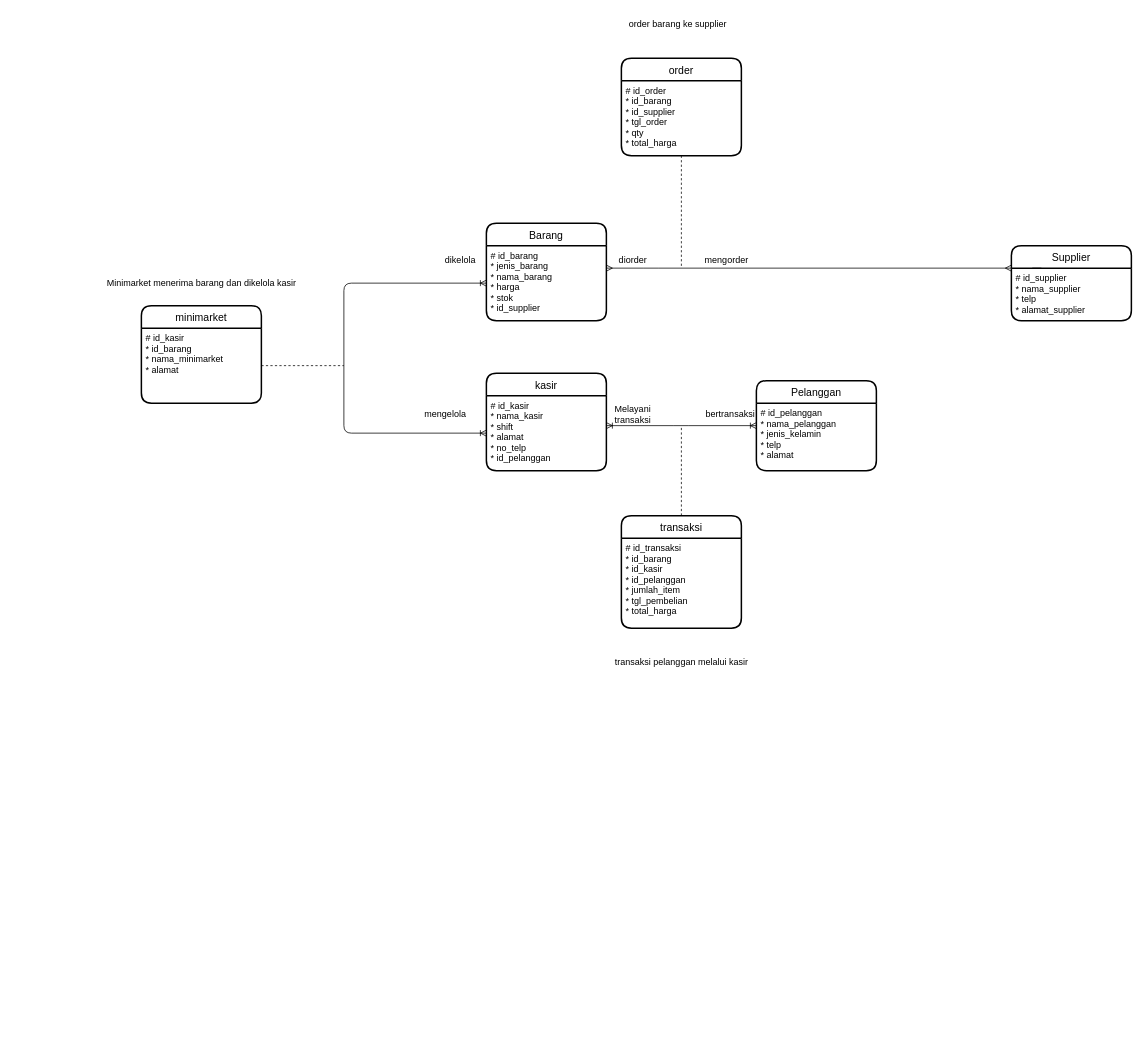
Before: erd-banker.drawio in akbarzaqi/tp-basdat, a draw.io diagram. Source tidied: cells renumbered, new cells numbered last; positions are measured from the earlier drawing's top-left corner, leaving out a move shared by most shapes. Both pictures are drawn from the tidied source at 75%, with x=0, y=0 at pixel (96, 13).
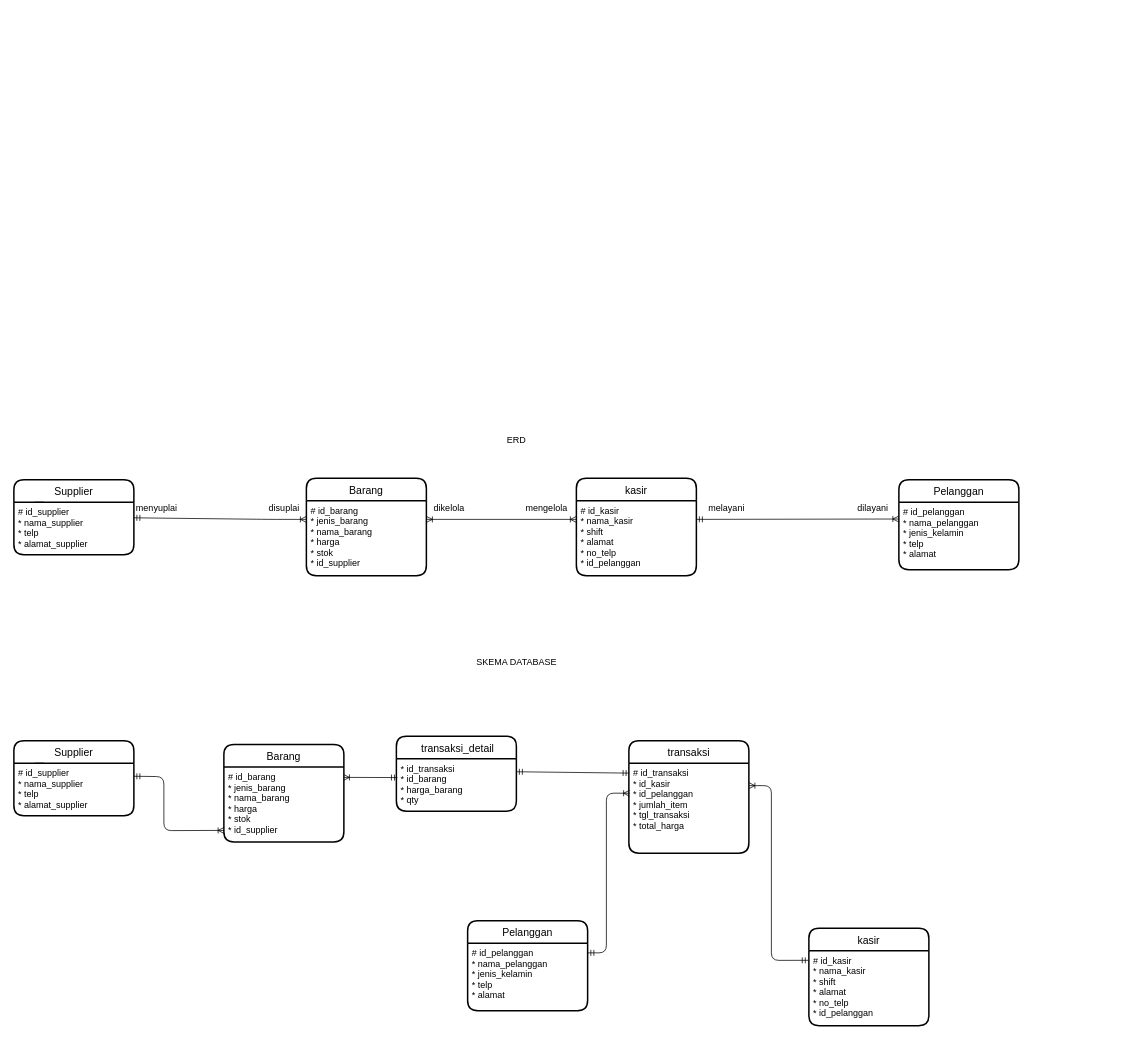
The same page after the edit.

Commit message:
add and change flow erd

The change refers to these unchanged cells:
```xml
<mxCell id="3" value="# id_kasir&#10;* nama_kasir&#10;* shift&#10;* alamat&#10;* no_telp&#10;* id_pelanggan" style="align=left;strokeColor=none;fillColor=none;spacingLeft=4;fontSize=12;verticalAlign=top;fontFamily=Helvetica;fontColor=default;rounded=1;" parent="2" vertex="1">
  <mxGeometry y="30" width="160" height="100" as="geometry" />
</mxCell>
<mxCell id="5" value="# id_pelanggan&#10;* nama_pelanggan&#10;* jenis_kelamin&#10;* telp&#10;* alamat" style="align=left;strokeColor=none;fillColor=none;spacingLeft=4;fontSize=12;verticalAlign=top;fontFamily=Helvetica;fontColor=default;rounded=1;" parent="4" vertex="1">
  <mxGeometry y="30" width="160" height="90" as="geometry" />
</mxCell>
<mxCell id="8" value="# id_supplier&#10;* nama_supplier&#10;* telp&#10;* alamat_supplier" style="align=left;strokeColor=none;fillColor=none;spacingLeft=4;fontSize=12;verticalAlign=top;fontFamily=Helvetica;fontColor=default;rounded=1;" parent="7" vertex="1">
  <mxGeometry y="30" width="160" height="70" as="geometry" />
</mxCell>
<mxCell id="11" value="# id_barang&#10;* jenis_barang&#10;* nama_barang&#10;* harga&#10;* stok&#10;* id_supplier" style="align=left;strokeColor=none;fillColor=none;spacingLeft=4;fontSize=12;verticalAlign=top;fontFamily=Helvetica;fontColor=default;rounded=1;" parent="10" vertex="1">
  <mxGeometry y="30" width="160" height="100" as="geometry" />
</mxCell>
```

Change to the diagram source:
```diff
@@
     <mxCell id="2" value="kasir" style="swimlane;horizontal=1;startSize=30;rounded=1;fontSize=14;fontStyle=0;strokeWidth=2;shadow=0;dashed=0;align=center;fontFamily=Helvetica;fontColor=default;" parent="1" vertex="1">
-      <mxGeometry x="520" y="480" width="160" height="130" as="geometry" />
+      <mxGeometry x="640" y="620" width="160" height="130" as="geometry" />
     </mxCell>
@@
     <mxCell id="4" value="Pelanggan" style="swimlane;horizontal=1;startSize=30;rounded=1;fontSize=14;fontStyle=0;strokeWidth=2;shadow=0;dashed=0;align=center;fontFamily=Helvetica;fontColor=default;" parent="1" vertex="1">
-      <mxGeometry x="880" y="490" width="160" height="120" as="geometry" />
+      <mxGeometry x="1070" y="622" width="160" height="120" as="geometry" />
     </mxCell>
@@
-    <mxCell id="6" style="edgeStyle=orthogonalEdgeStyle;shape=connector;rounded=1;html=1;labelBackgroundColor=default;strokeColor=default;fontFamily=Helvetica;fontSize=11;fontColor=default;endArrow=ERoneToMany;endFill=0;startArrow=ERoneToMany;startFill=0;" parent="1" edge="1" source="5" target="3">
-      <mxGeometry relative="1" as="geometry">
-        <Array as="points">
-          <mxPoint x="780" y="550" />
-          <mxPoint x="780" y="550" />
-        </Array>
-      </mxGeometry>
-    </mxCell>
+    <mxCell id="32" style="edgeStyle=none;html=1;entryX=0;entryY=0.25;entryDx=0;entryDy=0;endArrow=ERoneToMany;endFill=0;startArrow=ERmandOne;startFill=0;" parent="1" edge="1" source="7" target="11">
+      <mxGeometry relative="1" as="geometry">
+        <Array as="points">
+          <mxPoint x="230" y="675" />
+        </Array>
+      </mxGeometry>
+    </mxCell>
     <mxCell id="7" value="Supplier" style="swimlane;horizontal=1;startSize=30;rounded=1;fontSize=14;fontStyle=0;strokeWidth=2;shadow=0;dashed=0;align=center;fontFamily=Helvetica;fontColor=default;" parent="1" vertex="1">
-      <mxGeometry x="1220" y="310" width="160" height="100" as="geometry" />
+      <mxGeometry x="-110" y="622" width="160" height="100" as="geometry" />
     </mxCell>
@@
+    <mxCell id="25" style="edgeStyle=none;html=1;entryX=0;entryY=0.25;entryDx=0;entryDy=0;endArrow=ERoneToMany;endFill=0;exitX=1;exitY=0.25;exitDx=0;exitDy=0;startArrow=ERoneToMany;startFill=0;" parent="1" edge="1" source="11" target="3">
+      <mxGeometry relative="1" as="geometry" />
+    </mxCell>
     <mxCell id="10" value="Barang" style="swimlane;horizontal=1;startSize=30;rounded=1;fontSize=14;fontStyle=0;strokeWidth=2;shadow=0;dashed=0;align=center;fontFamily=Helvetica;fontColor=default;" parent="1" vertex="1">
-      <mxGeometry x="520" y="280" width="160" height="130" as="geometry" />
+      <mxGeometry x="280" y="620" width="160" height="130" as="geometry" />
     </mxCell>
@@
-    <mxCell id="12" style="edgeStyle=orthogonalEdgeStyle;shape=connector;rounded=1;html=1;labelBackgroundColor=default;strokeColor=default;fontFamily=Helvetica;fontSize=11;fontColor=default;endArrow=ERmany;endFill=0;startArrow=ERmany;startFill=0;" parent="1" edge="1" source="11" target="8">
-      <mxGeometry relative="1" as="geometry">
-        <Array as="points">
-          <mxPoint x="740" y="340" />
-          <mxPoint x="740" y="340" />
-        </Array>
-      </mxGeometry>
-    </mxCell>
-    <mxCell id="13" value="mengorder" style="text;html=1;align=center;verticalAlign=middle;strokeColor=none;fillColor=none;" parent="1" vertex="1">
-      <mxGeometry x="800" y="315" width="80" height="30" as="geometry" />
-    </mxCell>
-    <mxCell id="14" value="diorder" style="text;html=1;align=center;verticalAlign=middle;strokeColor=none;fillColor=none;" parent="1" vertex="1">
-      <mxGeometry x="685" y="315" width="60" height="30" as="geometry" />
-    </mxCell>
-    <mxCell id="15" value="Melayani&lt;br&gt;transaksi" style="text;html=1;align=center;verticalAlign=middle;strokeColor=none;fillColor=none;" parent="1" vertex="1">
-      <mxGeometry x="680" y="515" width="70" height="40" as="geometry" />
-    </mxCell>
-    <mxCell id="16" value="bertransaksi" style="text;html=1;align=center;verticalAlign=middle;strokeColor=none;fillColor=none;" parent="1" vertex="1">
-      <mxGeometry x="800" y="520" width="90" height="30" as="geometry" />
-    </mxCell>
-    <mxCell id="17" value="mengelola" style="text;html=1;align=center;verticalAlign=middle;strokeColor=none;fillColor=none;" parent="1" vertex="1">
-      <mxGeometry x="425" y="520" width="80" height="30" as="geometry" />
-    </mxCell>
-    <mxCell id="18" value="dikelola" style="text;html=1;align=center;verticalAlign=middle;strokeColor=none;fillColor=none;" parent="1" vertex="1">
-      <mxGeometry x="455" y="315" width="60" height="30" as="geometry" />
-    </mxCell>
-    <mxCell id="19" style="edgeStyle=orthogonalEdgeStyle;shape=connector;rounded=1;html=1;labelBackgroundColor=default;strokeColor=default;fontFamily=Helvetica;fontSize=11;fontColor=default;startArrow=none;startFill=0;endArrow=none;endFill=0;dashed=1;" parent="1" edge="1" source="20">
-      <mxGeometry relative="1" as="geometry">
-        <mxPoint x="780" y="550" as="targetPoint" />
-        <Array as="points">
-          <mxPoint x="780" y="550" />
-        </Array>
-      </mxGeometry>
-    </mxCell>
     <mxCell id="20" value="transaksi" style="swimlane;horizontal=1;startSize=30;rounded=1;fontSize=14;fontStyle=0;strokeWidth=2;shadow=0;dashed=0;align=center;fontFamily=Helvetica;fontColor=default;" parent="1" vertex="1">
-      <mxGeometry x="700" y="670" width="160" height="150" as="geometry" />
+      <mxGeometry x="710" y="970" width="160" height="150" as="geometry" />
     </mxCell>
-    <mxCell id="21" value="# id_transaksi&#10;* id_barang&#10;* id_kasir&#10;* id_pelanggan&#10;* jumlah_item&#10;* tgl_pembelian&#10;* total_harga" style="align=left;strokeColor=none;fillColor=none;spacingLeft=4;fontSize=12;verticalAlign=top;fontFamily=Helvetica;fontColor=default;rounded=1;" parent="20" vertex="1">
+    <mxCell id="21" value="# id_transaksi&#10;* id_kasir&#10;* id_pelanggan&#10;* jumlah_item&#10;* tgl_transaksi&#10;* total_harga" style="align=left;strokeColor=none;fillColor=none;spacingLeft=4;fontSize=12;verticalAlign=top;fontFamily=Helvetica;fontColor=default;rounded=1;" parent="20" vertex="1">
       <mxGeometry y="30" width="160" height="120" as="geometry" />
     </mxCell>
-    <mxCell id="22" value="order" style="swimlane;horizontal=1;startSize=30;rounded=1;fontSize=14;fontStyle=0;strokeWidth=2;shadow=0;dashed=0;align=center;fontFamily=Helvetica;fontColor=default;" parent="1" vertex="1">
-      <mxGeometry x="700" y="60" width="160" height="130" as="geometry" />
-    </mxCell>
-    <mxCell id="23" value="# id_order&#10;* id_barang&#10;* id_supplier&#10;* tgl_order&#10;* qty&#10;* total_harga" style="align=left;strokeColor=none;fillColor=none;spacingLeft=4;fontSize=12;verticalAlign=top;fontFamily=Helvetica;fontColor=default;rounded=1;" parent="22" vertex="1">
-      <mxGeometry y="30" width="160" height="100" as="geometry" />
-    </mxCell>
-    <mxCell id="24" style="edgeStyle=none;html=1;endArrow=none;endFill=0;dashed=1;" parent="1" edge="1" source="23">
-      <mxGeometry relative="1" as="geometry">
-        <mxPoint x="780" y="340" as="targetPoint" />
-      </mxGeometry>
-    </mxCell>
-    <mxCell id="25" style="edgeStyle=none;html=1;entryX=0;entryY=0.5;entryDx=0;entryDy=0;endArrow=ERoneToMany;endFill=0;startArrow=ERoneToMany;startFill=0;" parent="1" edge="1" source="11" target="3">
-      <mxGeometry relative="1" as="geometry">
-        <Array as="points">
-          <mxPoint x="330" y="360" />
-          <mxPoint x="330" y="560" />
-        </Array>
-      </mxGeometry>
-    </mxCell>
-    <mxCell id="26" value="minimarket" style="swimlane;horizontal=1;startSize=30;rounded=1;fontSize=14;fontStyle=0;strokeWidth=2;shadow=0;dashed=0;align=center;fontFamily=Helvetica;fontColor=default;" parent="1" vertex="1">
-      <mxGeometry x="60" y="390" width="160" height="130" as="geometry" />
-    </mxCell>
-    <mxCell id="27" value="# id_kasir&#10;* id_barang&#10;* nama_minimarket&#10;* alamat" style="align=left;strokeColor=none;fillColor=none;spacingLeft=4;fontSize=12;verticalAlign=top;fontFamily=Helvetica;fontColor=default;rounded=1;" parent="26" vertex="1">
-      <mxGeometry y="30" width="160" height="100" as="geometry" />
-    </mxCell>
-    <mxCell id="28" style="edgeStyle=none;html=1;endArrow=none;endFill=0;dashed=1;" parent="1" edge="1" source="27">
-      <mxGeometry relative="1" as="geometry">
-        <mxPoint x="330" y="470" as="targetPoint" />
-      </mxGeometry>
-    </mxCell>
-    <mxCell id="29" value="order barang ke supplier" style="text;html=1;align=center;verticalAlign=middle;strokeColor=none;fillColor=none;" parent="1" vertex="1">
-      <mxGeometry x="700" width="150" height="30" as="geometry" />
-    </mxCell>
-    <mxCell id="30" value="transaksi pelanggan melalui kasir" style="text;html=1;align=center;verticalAlign=middle;strokeColor=none;fillColor=none;" parent="1" vertex="1">
-      <mxGeometry x="680" y="850" width="200" height="30" as="geometry" />
-    </mxCell>
-    <mxCell id="31" value="Minimarket menerima barang dan dikelola kasir" style="text;html=1;align=center;verticalAlign=middle;strokeColor=none;fillColor=none;" parent="1" vertex="1">
-      <mxGeometry y="345" width="280" height="30" as="geometry" />
-    </mxCell>
+    <mxCell id="33" style="edgeStyle=none;html=1;endArrow=ERoneToMany;endFill=0;exitX=1;exitY=0.25;exitDx=0;exitDy=0;entryX=0;entryY=0.25;entryDx=0;entryDy=0;startArrow=ERmandOne;startFill=0;" parent="1" edge="1" source="3" target="5">
+      <mxGeometry relative="1" as="geometry" />
+    </mxCell>
+    <mxCell id="34" value="menyuplai" style="text;html=1;align=center;verticalAlign=middle;strokeColor=none;fillColor=none;" parent="1" vertex="1">
+      <mxGeometry x="40" y="645" width="80" height="30" as="geometry" />
+    </mxCell>
+    <mxCell id="35" value="disuplai" style="text;html=1;align=center;verticalAlign=middle;strokeColor=none;fillColor=none;" parent="1" vertex="1">
+      <mxGeometry x="220" y="645" width="60" height="30" as="geometry" />
+    </mxCell>
+    <mxCell id="18" value="dikelola" style="text;html=1;align=center;verticalAlign=middle;strokeColor=none;fillColor=none;" parent="1" vertex="1">
+      <mxGeometry x="440" y="645" width="60" height="30" as="geometry" />
+    </mxCell>
+    <mxCell id="17" value="mengelola" style="text;html=1;align=center;verticalAlign=middle;strokeColor=none;fillColor=none;" parent="1" vertex="1">
+      <mxGeometry x="560" y="645" width="80" height="30" as="geometry" />
+    </mxCell>
+    <mxCell id="36" value="melayani" style="text;html=1;align=center;verticalAlign=middle;strokeColor=none;fillColor=none;" parent="1" vertex="1">
+      <mxGeometry x="805" y="645" width="70" height="30" as="geometry" />
+    </mxCell>
+    <mxCell id="37" value="dilayani" style="text;html=1;align=center;verticalAlign=middle;strokeColor=none;fillColor=none;" parent="1" vertex="1">
+      <mxGeometry x="1005" y="645" width="60" height="30" as="geometry" />
+    </mxCell>
+    <mxCell id="38" value="ERD" style="text;html=1;align=center;verticalAlign=middle;strokeColor=none;fillColor=none;" parent="1" vertex="1">
+      <mxGeometry x="535" y="555" width="50" height="30" as="geometry" />
+    </mxCell>
+    <mxCell id="39" value="SKEMA DATABASE" style="text;html=1;align=center;verticalAlign=middle;strokeColor=none;fillColor=none;" parent="1" vertex="1">
+      <mxGeometry x="495" y="850" width="130" height="30" as="geometry" />
+    </mxCell>
+    <mxCell id="40" value="Supplier" style="swimlane;horizontal=1;startSize=30;rounded=1;fontSize=14;fontStyle=0;strokeWidth=2;shadow=0;dashed=0;align=center;fontFamily=Helvetica;fontColor=default;" parent="1" vertex="1">
+      <mxGeometry x="-110" y="970" width="160" height="100" as="geometry" />
+    </mxCell>
+    <mxCell id="41" value="# id_supplier&#10;* nama_supplier&#10;* telp&#10;* alamat_supplier" style="align=left;strokeColor=none;fillColor=none;spacingLeft=4;fontSize=12;verticalAlign=top;fontFamily=Helvetica;fontColor=default;rounded=1;" parent="40" vertex="1">
+      <mxGeometry y="30" width="160" height="70" as="geometry" />
+    </mxCell>
+    <mxCell id="42" style="edgeStyle=orthogonalEdgeStyle;shape=connector;rounded=1;html=1;exitX=0.25;exitY=0;exitDx=0;exitDy=0;entryX=0.174;entryY=0;entryDx=0;entryDy=0;entryPerimeter=0;labelBackgroundColor=default;strokeColor=default;fontFamily=Helvetica;fontSize=11;fontColor=default;endArrow=none;endFill=0;" parent="40" edge="1" source="41" target="41">
+      <mxGeometry relative="1" as="geometry" />
+    </mxCell>
+    <mxCell id="43" style="edgeStyle=none;html=1;entryX=0.009;entryY=0.361;entryDx=0;entryDy=0;entryPerimeter=0;startArrow=ERoneToMany;startFill=0;endArrow=ERmandOne;endFill=0;exitX=0.996;exitY=0.13;exitDx=0;exitDy=0;exitPerimeter=0;" parent="1" edge="1" target="48">
+      <mxGeometry relative="1" as="geometry">
+        <mxPoint x="329.4" y="1019" as="sourcePoint" />
+      </mxGeometry>
+    </mxCell>
+    <mxCell id="44" value="Barang" style="swimlane;horizontal=1;startSize=30;rounded=1;fontSize=14;fontStyle=0;strokeWidth=2;shadow=0;dashed=0;align=center;fontFamily=Helvetica;fontColor=default;" parent="1" vertex="1">
+      <mxGeometry x="170" y="975" width="160" height="130" as="geometry" />
+    </mxCell>
+    <mxCell id="45" value="# id_barang&#10;* jenis_barang&#10;* nama_barang&#10;* harga&#10;* stok&#10;* id_supplier" style="align=left;strokeColor=none;fillColor=none;spacingLeft=4;fontSize=12;verticalAlign=top;fontFamily=Helvetica;fontColor=default;rounded=1;" parent="44" vertex="1">
+      <mxGeometry y="30" width="160" height="100" as="geometry" />
+    </mxCell>
+    <mxCell id="46" style="edgeStyle=none;html=1;exitX=1;exitY=0.25;exitDx=0;exitDy=0;startArrow=ERmandOne;startFill=0;endArrow=ERoneToMany;endFill=0;entryX=0.002;entryY=0.847;entryDx=0;entryDy=0;entryPerimeter=0;" parent="1" edge="1" source="41" target="45">
+      <mxGeometry relative="1" as="geometry">
+        <Array as="points">
+          <mxPoint x="90" y="1018" />
+          <mxPoint x="90" y="1090" />
+        </Array>
+      </mxGeometry>
+    </mxCell>
+    <mxCell id="47" value=" transaksi_detail" style="swimlane;horizontal=1;startSize=30;rounded=1;fontSize=14;fontStyle=0;strokeWidth=2;shadow=0;dashed=0;align=center;fontFamily=Helvetica;fontColor=default;" parent="1" vertex="1">
+      <mxGeometry x="400" y="964" width="160" height="100" as="geometry" />
+    </mxCell>
+    <mxCell id="48" value="* id_transaksi&#10;* id_barang&#10;* harga_barang&#10;* qty" style="align=left;strokeColor=none;fillColor=none;spacingLeft=4;fontSize=12;verticalAlign=top;fontFamily=Helvetica;fontColor=default;rounded=1;" parent="47" vertex="1">
+      <mxGeometry y="30" width="160" height="70" as="geometry" />
+    </mxCell>
+    <mxCell id="49" value="kasir" style="swimlane;horizontal=1;startSize=30;rounded=1;fontSize=14;fontStyle=0;strokeWidth=2;shadow=0;dashed=0;align=center;fontFamily=Helvetica;fontColor=default;" parent="1" vertex="1">
+      <mxGeometry x="950" y="1220" width="160" height="130" as="geometry" />
+    </mxCell>
+    <mxCell id="50" value="# id_kasir&#10;* nama_kasir&#10;* shift&#10;* alamat&#10;* no_telp&#10;* id_pelanggan" style="align=left;strokeColor=none;fillColor=none;spacingLeft=4;fontSize=12;verticalAlign=top;fontFamily=Helvetica;fontColor=default;rounded=1;" parent="49" vertex="1">
+      <mxGeometry y="30" width="160" height="100" as="geometry" />
+    </mxCell>
+    <mxCell id="51" value="Pelanggan" style="swimlane;horizontal=1;startSize=30;rounded=1;fontSize=14;fontStyle=0;strokeWidth=2;shadow=0;dashed=0;align=center;fontFamily=Helvetica;fontColor=default;" parent="1" vertex="1">
+      <mxGeometry x="495" y="1210" width="160" height="120" as="geometry" />
+    </mxCell>
+    <mxCell id="52" value="# id_pelanggan&#10;* nama_pelanggan&#10;* jenis_kelamin&#10;* telp&#10;* alamat" style="align=left;strokeColor=none;fillColor=none;spacingLeft=4;fontSize=12;verticalAlign=top;fontFamily=Helvetica;fontColor=default;rounded=1;" parent="51" vertex="1">
+      <mxGeometry y="30" width="160" height="90" as="geometry" />
+    </mxCell>
+    <mxCell id="53" style="edgeStyle=none;html=1;exitX=1;exitY=0.25;exitDx=0;exitDy=0;entryX=0.002;entryY=0.111;entryDx=0;entryDy=0;entryPerimeter=0;startArrow=ERmandOne;startFill=0;endArrow=ERmandOne;endFill=0;" parent="1" edge="1" source="48" target="21">
+      <mxGeometry relative="1" as="geometry" />
+    </mxCell>
+    <mxCell id="54" style="edgeStyle=none;html=1;entryX=0.006;entryY=0.335;entryDx=0;entryDy=0;entryPerimeter=0;startArrow=ERmandOne;startFill=0;endArrow=ERoneToMany;endFill=0;exitX=1.002;exitY=0.144;exitDx=0;exitDy=0;exitPerimeter=0;" parent="1" edge="1" source="52" target="21">
+      <mxGeometry relative="1" as="geometry">
+        <Array as="points">
+          <mxPoint x="680" y="1253" />
+          <mxPoint x="680" y="1040" />
+        </Array>
+      </mxGeometry>
+    </mxCell>
+    <mxCell id="55" style="edgeStyle=none;html=1;entryX=-0.005;entryY=0.129;entryDx=0;entryDy=0;entryPerimeter=0;startArrow=ERoneToMany;startFill=0;endArrow=ERmandOne;endFill=0;exitX=1;exitY=0.25;exitDx=0;exitDy=0;" parent="1" edge="1" source="21" target="50">
+      <mxGeometry relative="1" as="geometry">
+        <Array as="points">
+          <mxPoint x="900" y="1030" />
+          <mxPoint x="900" y="1263" />
+        </Array>
+      </mxGeometry>
+    </mxCell>
```
